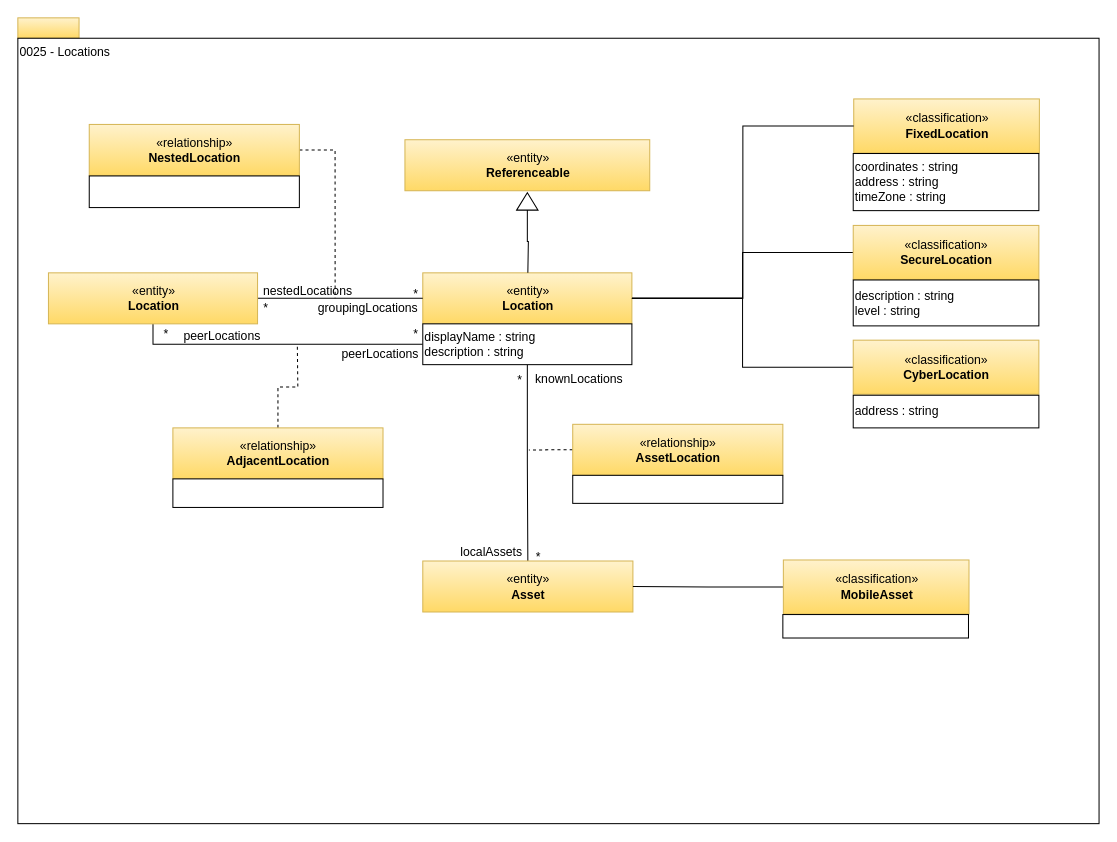
Before: page "0025-Locations" (9 of 21) of open-metadata-publication/website/open-metadata-types/area-0-basic-types-and-infrastructure.drawio in odpi/egeria, a draw.io diagram. Source tidied: cells renumbered, new cells numbered last; positions are measured from the earlier drawing's top-left corner, leaving out a move shared by most shapes. Both pictures are drawn from the tidied source at 102%, with x=0, y=0 at pixel (17, 17).
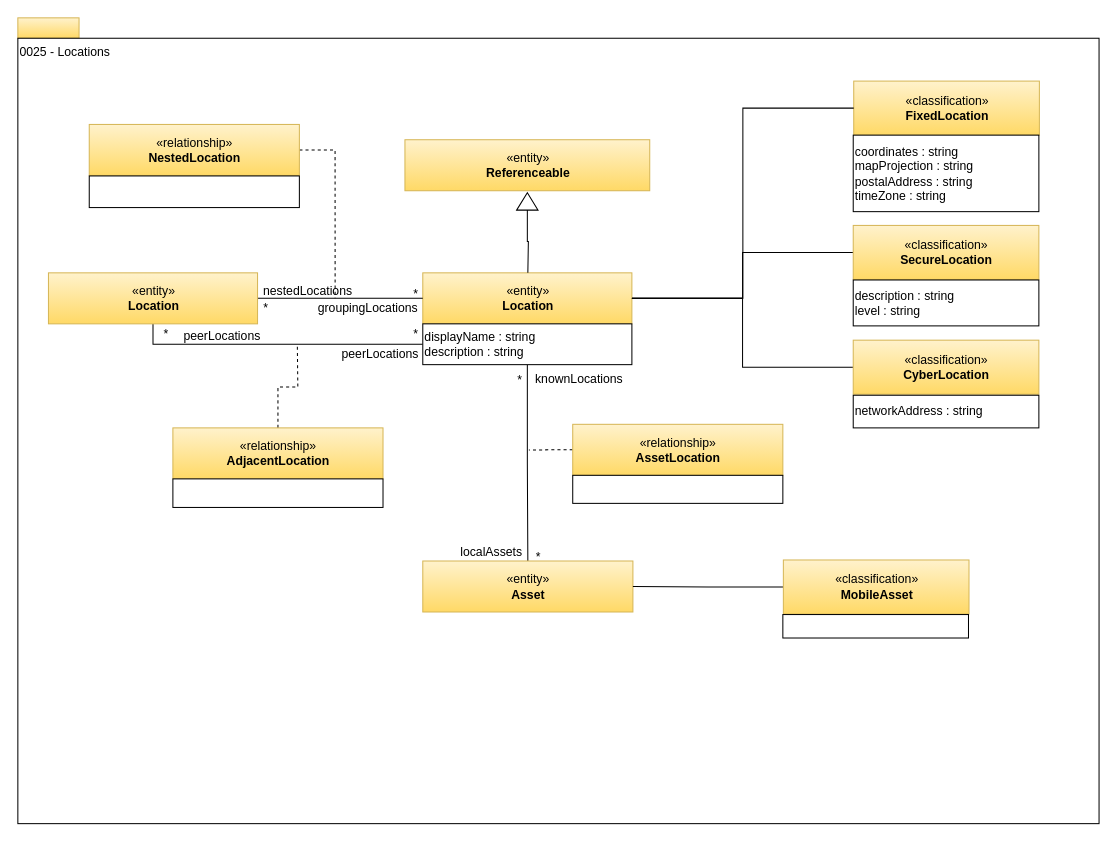
After the change.

What changed in the source:
```diff
@@
     <mxCell id="14" value="«classification»&lt;br&gt;&lt;b&gt;FixedLocation&lt;/b&gt;" style="html=1;strokeColor=#d6b656;align=center;fillColor=#fff2cc;gradientColor=#ffd966;" parent="1" vertex="1">
-      <mxGeometry x="819.5" y="79.5" width="182" height="53" as="geometry" />
+      <mxGeometry x="819.5" y="62" width="182" height="53" as="geometry" />
     </mxCell>
@@
-    <mxCell id="16" value="coordinates : string&lt;br&gt;address : string&lt;br&gt;timeZone : string&lt;br&gt;" style="rounded=0;whiteSpace=wrap;html=1;strokeColor=#000000;gradientColor=#ffffff;align=left;" parent="1" vertex="1">
-      <mxGeometry x="819" y="133" width="182" height="56" as="geometry" />
+    <mxCell id="16" value="coordinates : string&lt;br&gt;mapProjection : string&lt;br&gt;postalAddress : string&lt;br&gt;timeZone : string" style="rounded=0;whiteSpace=wrap;html=1;strokeColor=#000000;gradientColor=#ffffff;align=left;" parent="1" vertex="1">
+      <mxGeometry x="819" y="115" width="182" height="75" as="geometry" />
     </mxCell>
@@
-    <mxCell id="34" value="address : string&lt;br&gt;" style="rounded=0;whiteSpace=wrap;html=1;strokeColor=#000000;gradientColor=#ffffff;align=left;" parent="1" vertex="1">
+    <mxCell id="34" value="networkAddress : string" style="rounded=0;whiteSpace=wrap;html=1;strokeColor=#000000;gradientColor=#ffffff;align=left;" parent="1" vertex="1">
       <mxGeometry x="819" y="370" width="182" height="32" as="geometry" />
     </mxCell>
```
